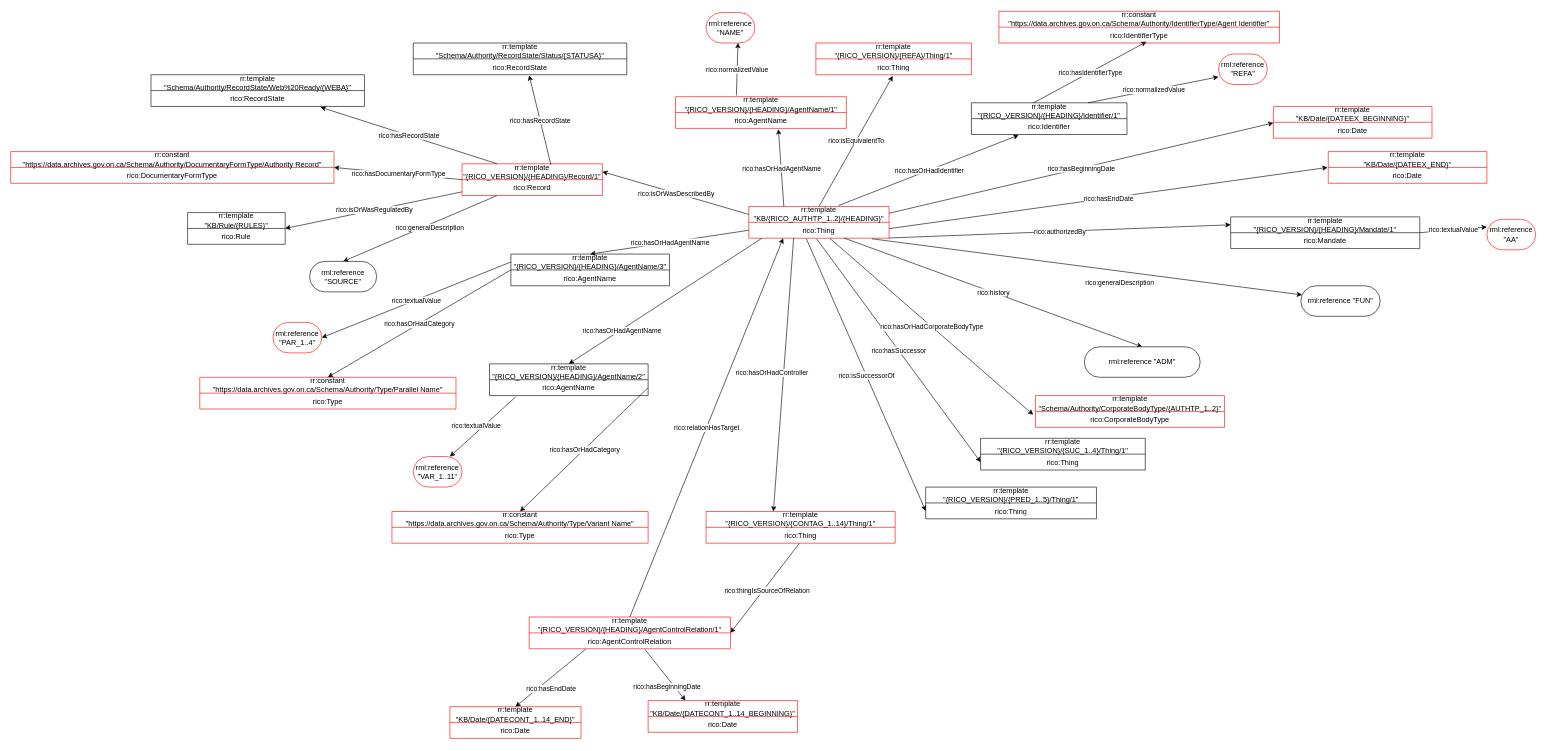
gbad-project/records_in_contexts_draw_io_parser keeps this draw.io diagram as gbad/schema/authority/General Authority to RiC-O Model_2024-11-08_PZ.drawio. Above is the earlier version. Source tidied: cells renumbered, new cells numbered last; positions are measured from the earlier drawing's top-left corner, leaving out a move shared by most shapes. Both pictures are drawn from the tidied source at 61%, with x=0, y=0 at pixel (10, 11).
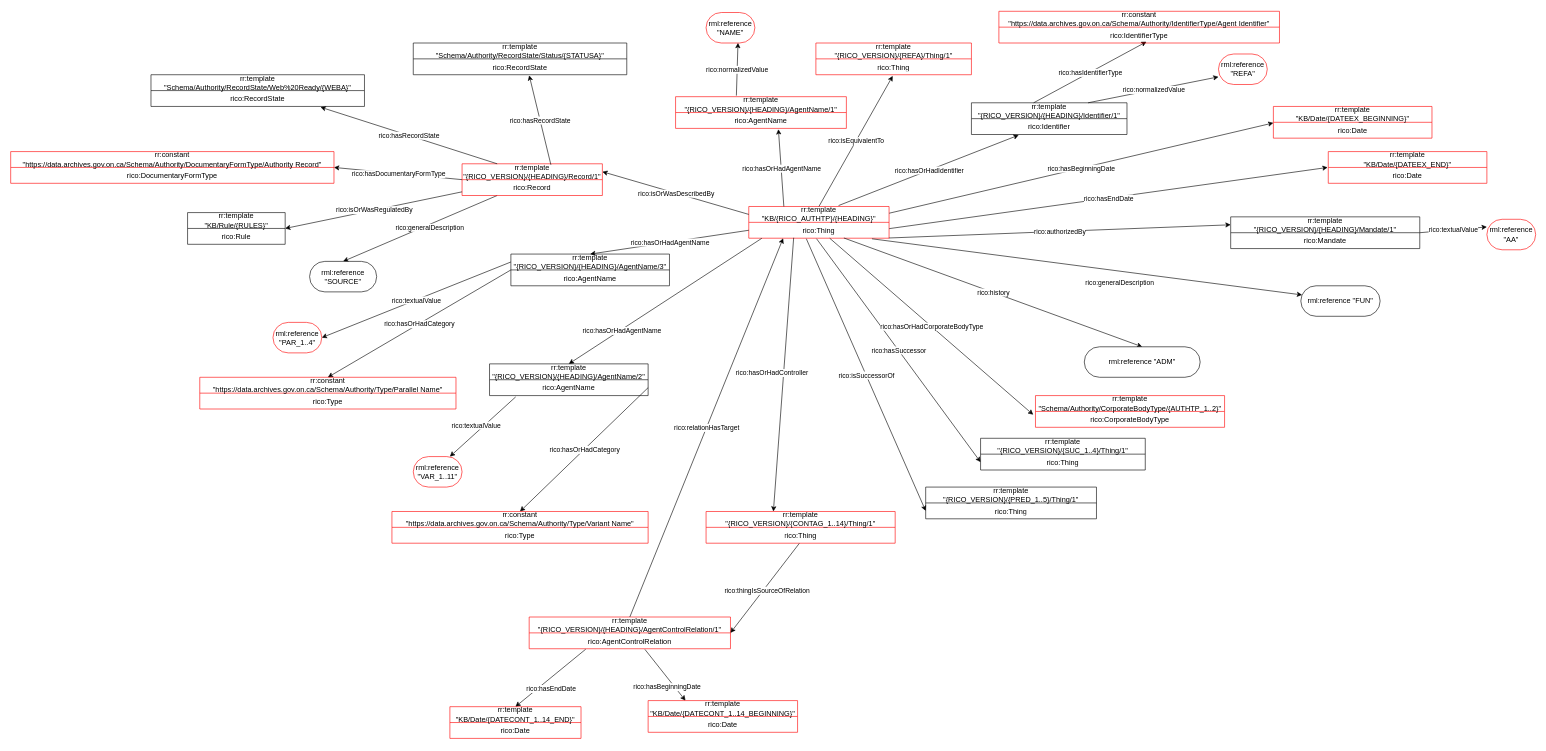
Above is the later version.

Diff of the diagram source:
```diff
@@
-    <mxCell id="2" value="&lt;div&gt;&lt;span style=&quot;background-color: initial;&quot;&gt;rr:template&lt;br&gt;&quot;KB/{RICO_AUTHTP_1..2}/{HEADING}&lt;/span&gt;&quot;&lt;/div&gt;" style="swimlane;fontStyle=0;horizontal=1;startSize=26;fillColor=none;whiteSpace=wrap;html=1;strokeColor=#FF0000;" parent="1" vertex="1">
+    <mxCell id="2" value="&lt;div&gt;&lt;span style=&quot;background-color: initial;&quot;&gt;rr:template&lt;br&gt;&quot;KB/{RICO_AUTHTP&lt;/span&gt;&lt;span style=&quot;background-color: initial;&quot;&gt;}/{HEADING}&lt;/span&gt;&lt;span style=&quot;background-color: initial;&quot;&gt;&quot;&lt;/span&gt;&lt;/div&gt;" style="swimlane;fontStyle=0;horizontal=1;startSize=26;fillColor=none;whiteSpace=wrap;html=1;strokeColor=#FF0000;" parent="1" vertex="1">
       <mxGeometry x="1210" y="320" width="230" height="52" as="geometry" />
     </mxCell>
```
